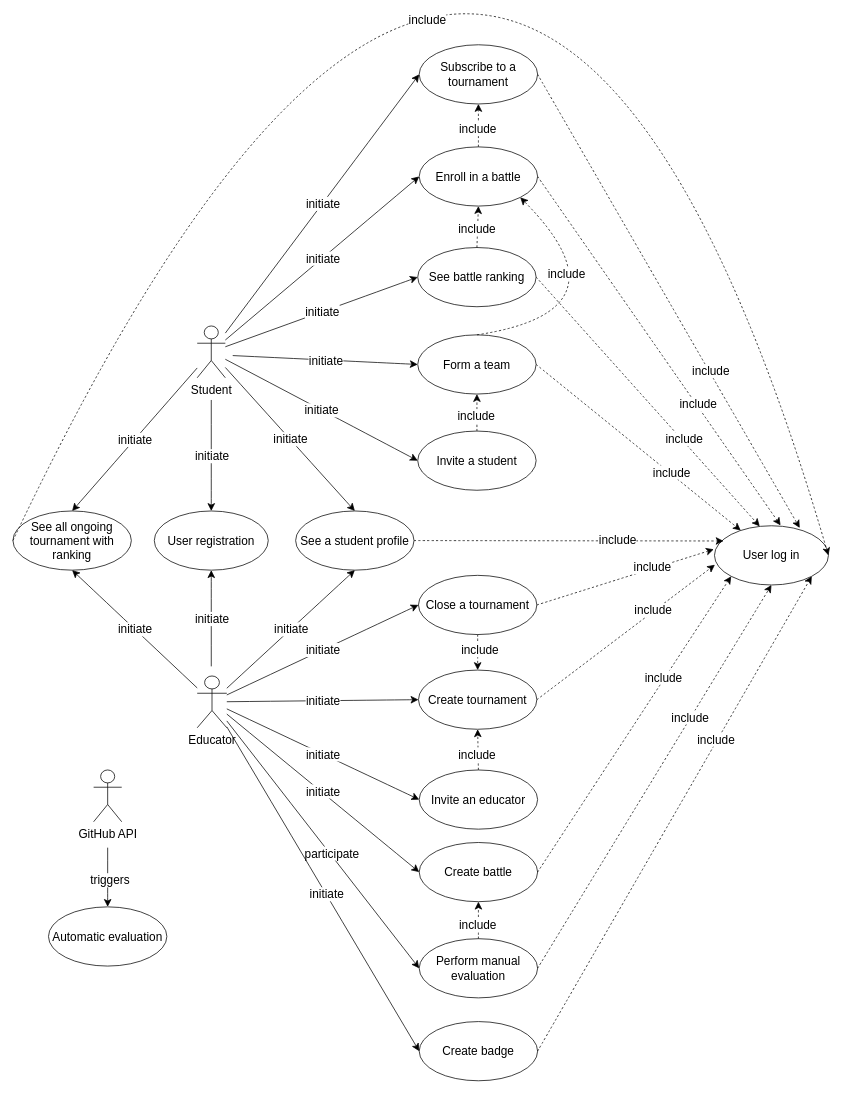
mttcrn/software-engineering-II-project keeps this draw.io diagram as diagrams/use cases/UseCasesDiagram.drawio. Above is the earlier version. Source tidied: cells renumbered, new cells numbered last; positions are measured from the earlier drawing's top-left corner, leaving out a move shared by most shapes. Both pictures are drawn from the tidied source at 74%, with x=0, y=0 at pixel (13, -518).
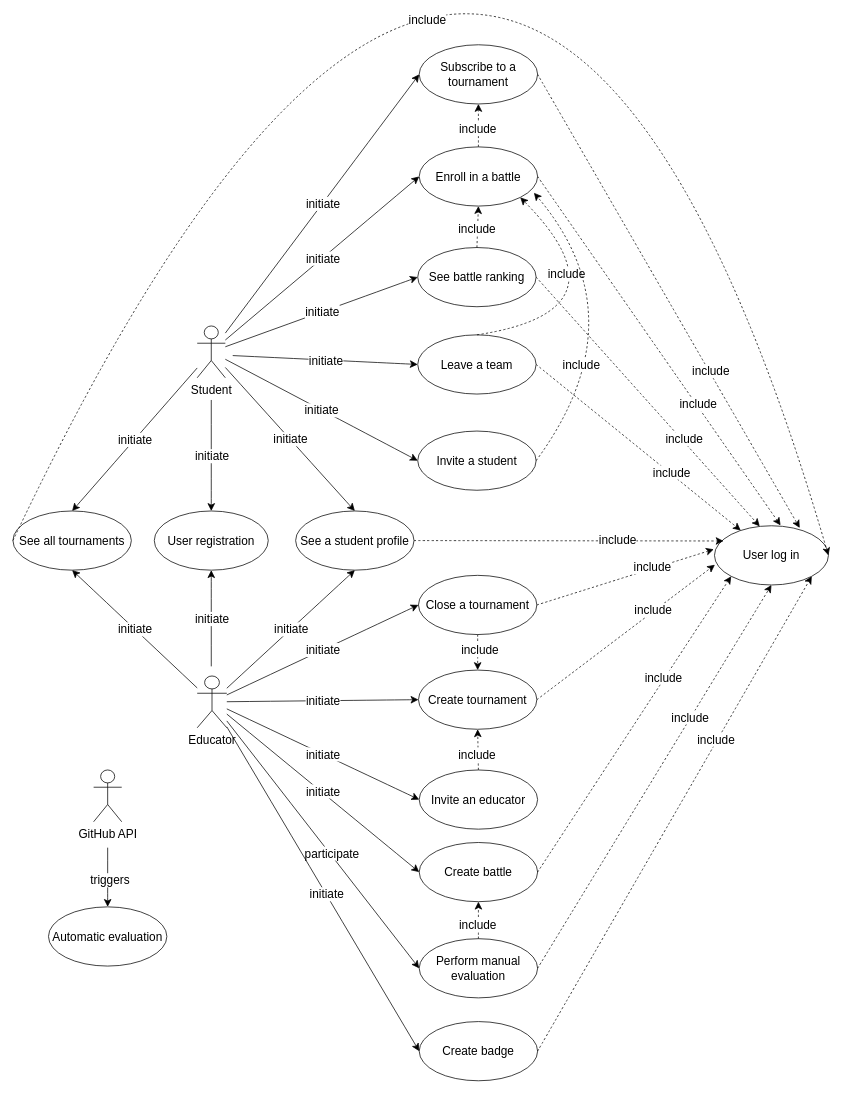
Above is the later version.

Commit message (it also covers changes not shown here):
Updates use cases.

Unchanged cells that the change refers to:
```xml
<mxCell id="12" value="Enroll in a battle" style="ellipse;whiteSpace=wrap;html=1;fontSize=16;" parent="1" vertex="1">
  <mxGeometry x="549" y="898" width="160" height="80" as="geometry" />
</mxCell>
<mxCell id="81" value="Invite a student" style="ellipse;whiteSpace=wrap;html=1;fontSize=16;" parent="1" vertex="1">
  <mxGeometry x="547" y="1282" width="160" height="80" as="geometry" />
</mxCell>
```

What changed in the source:
```diff
@@
-    <mxCell id="57" value="Form a team" style="ellipse;whiteSpace=wrap;html=1;fontSize=16;" parent="1" vertex="1">
+    <mxCell id="57" value="Leave a team" style="ellipse;whiteSpace=wrap;html=1;fontSize=16;" parent="1" vertex="1">
       <mxGeometry x="547" y="1152" width="160" height="80" as="geometry" />
     </mxCell>
@@
-    <mxCell id="59" value="See all ongoing tournament with ranking" style="ellipse;whiteSpace=wrap;html=1;fontSize=16;" parent="1" vertex="1">
+    <mxCell id="59" value="See all tournaments" style="ellipse;whiteSpace=wrap;html=1;fontSize=16;" parent="1" vertex="1">
       <mxGeometry y="1390" width="160" height="80" as="geometry" />
     </mxCell>
@@
-    <mxCell id="84" style="edgeStyle=none;curved=1;rounded=0;jettySize=auto;html=1;exitX=0.5;exitY=0;exitDx=0;exitDy=0;fontSize=12;startSize=8;endSize=8;dashed=1;" parent="1" edge="1" source="81" target="57">
-      <mxGeometry relative="1" as="geometry" />
-    </mxCell>
-    <mxCell id="85" value="include" style="edgeLabel;html=1;align=center;verticalAlign=middle;fontSize=16;" parent="84" vertex="1">
-      <mxGeometry x="0.31" y="2" relative="1" as="geometry">
-        <mxPoint y="12" as="offset" />
-      </mxGeometry>
-    </mxCell>
@@
+    <mxCell id="94" style="edgeStyle=none;curved=1;rounded=0;jettySize=auto;html=1;exitX=1;exitY=0.5;exitDx=0;exitDy=0;fontSize=12;startSize=8;endSize=8;dashed=1;entryX=0.969;entryY=0.775;entryDx=0;entryDy=0;entryPerimeter=0;" parent="1" edge="1" source="81" target="12">
+      <mxGeometry relative="1" as="geometry">
+        <Array as="points">
+          <mxPoint x="848" y="1130" />
+        </Array>
+      </mxGeometry>
+    </mxCell>
+    <mxCell id="85" value="include" style="edgeLabel;html=1;align=center;verticalAlign=middle;fontSize=16;" parent="94" vertex="1">
+      <mxGeometry x="0.31" y="2" relative="1" as="geometry">
+        <mxPoint x="-38" y="109" as="offset" />
+      </mxGeometry>
+    </mxCell>
```
